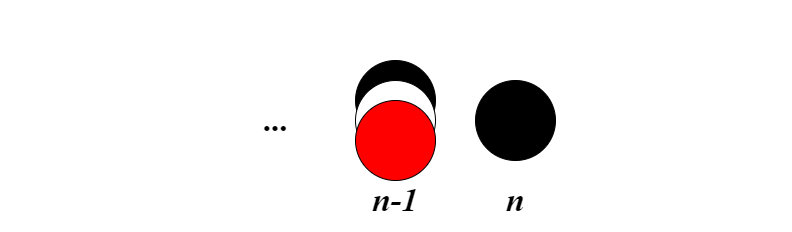
Ryu204/Picture keeps this draw.io diagram as lop.png. Above is the earlier version. Source tidied: cells renumbered, new cells last; positions are measured from the earlier drawing's top-left corner, leaving out a move shared by most shapes. Source of this version:
```xml
<mxGraphModel>
  <root>
    <mxCell id="0" />
    <mxCell id="1" parent="0" />
    <mxCell id="2" value="&lt;font style=&quot;font-size: 33px;&quot; face=&quot;Times New Roman&quot;&gt;&lt;b&gt;...&lt;br&gt;&lt;/b&gt;&lt;/font&gt;" style="rounded=0;whiteSpace=wrap;html=1;strokeColor=none;fillColor=none;" parent="1" vertex="1">
      <mxGeometry x="215" y="95" width="120" height="50" as="geometry" />
    </mxCell>
    <mxCell id="3" style="ellipse;whiteSpace=wrap;html=1;strokeColor=#000000;fillColor=#000000;" parent="1" vertex="1">
      <mxGeometry x="475" y="80" width="80" height="80" as="geometry" />
    </mxCell>
    <mxCell id="4" value="&lt;font style=&quot;font-size: 33px;&quot; face=&quot;Times New Roman&quot;&gt;&lt;b&gt;n&lt;br&gt;&lt;/b&gt;&lt;/font&gt;" style="rounded=0;whiteSpace=wrap;html=1;strokeColor=none;fillColor=none;fontStyle=2;" parent="1" vertex="1">
      <mxGeometry x="455" y="170" width="120" height="60" as="geometry" />
    </mxCell>
    <mxCell id="5" style="ellipse;whiteSpace=wrap;html=1;strokeColor=#000000;fillColor=#000000;" parent="1" vertex="1">
      <mxGeometry x="355" y="60" width="80" height="80" as="geometry" />
    </mxCell>
    <mxCell id="6" value="&lt;font style=&quot;font-size: 33px;&quot; face=&quot;Times New Roman&quot;&gt;&lt;b&gt;n-1&lt;br&gt;&lt;/b&gt;&lt;/font&gt;" style="rounded=0;whiteSpace=wrap;html=1;strokeColor=none;fillColor=none;fontStyle=2;" parent="1" vertex="1">
      <mxGeometry x="335" y="170" width="120" height="60" as="geometry" />
    </mxCell>
    <mxCell id="7" style="ellipse;whiteSpace=wrap;html=1;strokeColor=#000000;fillColor=#FFFFFF;" parent="1" vertex="1">
      <mxGeometry x="355" y="80" width="80" height="80" as="geometry" />
    </mxCell>
    <mxCell id="8" style="ellipse;whiteSpace=wrap;html=1;strokeColor=#000000;fillColor=#FF0000;" parent="1" vertex="1">
      <mxGeometry x="355" y="100" width="80" height="80" as="geometry" />
    </mxCell>
    <mxCell id="9" style="rounded=0;whiteSpace=wrap;html=1;strokeColor=none;fontFamily=Times New Roman;fontSize=33;fillColor=none;" parent="1" vertex="1">
      <mxGeometry width="790" height="230" as="geometry" />
    </mxCell>
  </root>
</mxGraphModel>
```
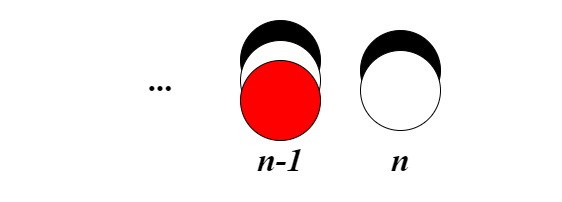
The same diagram one commit later.

Diff of the diagram source:
```diff
@@ -6,7 +6,7 @@
       <mxGeometry x="215" y="95" width="120" height="50" as="geometry" />
     </mxCell>
     <mxCell id="3" style="ellipse;whiteSpace=wrap;html=1;strokeColor=#000000;fillColor=#000000;" parent="1" vertex="1">
-      <mxGeometry x="475" y="80" width="80" height="80" as="geometry" />
+      <mxGeometry x="475" y="70" width="80" height="80" as="geometry" />
     </mxCell>
     <mxCell id="4" value="&lt;font style=&quot;font-size: 33px;&quot; face=&quot;Times New Roman&quot;&gt;&lt;b&gt;n&lt;br&gt;&lt;/b&gt;&lt;/font&gt;" style="rounded=0;whiteSpace=wrap;html=1;strokeColor=none;fillColor=none;fontStyle=2;" parent="1" vertex="1">
       <mxGeometry x="455" y="170" width="120" height="60" as="geometry" />
@@ -23,8 +23,11 @@
     <mxCell id="8" style="ellipse;whiteSpace=wrap;html=1;strokeColor=#000000;fillColor=#FF0000;" parent="1" vertex="1">
       <mxGeometry x="355" y="100" width="80" height="80" as="geometry" />
     </mxCell>
-    <mxCell id="9" style="rounded=0;whiteSpace=wrap;html=1;strokeColor=none;fontFamily=Times New Roman;fontSize=33;fillColor=none;" parent="1" vertex="1">
-      <mxGeometry width="790" height="230" as="geometry" />
-    </mxCell>
+    <mxCell id="10" style="ellipse;whiteSpace=wrap;html=1;strokeColor=#000000;fillColor=#FFFFFF;" parent="1" vertex="1">
+      <mxGeometry x="475" y="90" width="80" height="80" as="geometry" />
+    </mxCell>
+    <mxCell id="11" style="rounded=0;whiteSpace=wrap;html=1;strokeColor=none;fontFamily=Times New Roman;fontSize=33;fillColor=none;" parent="1" vertex="1">
+      <mxGeometry x="115" y="40" width="560" height="200" as="geometry" />
+    </mxCell>
   </root>
 </mxGraphModel>
```
